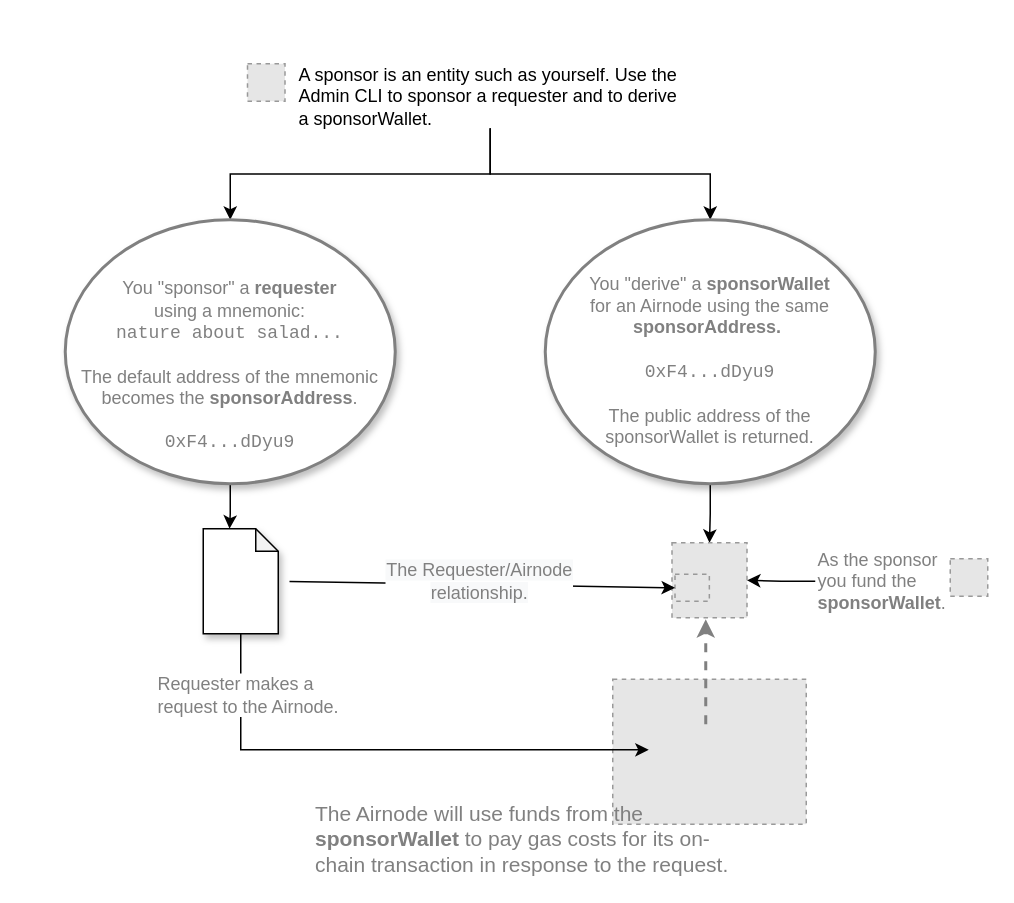
Before: docs/airnode/v0.3/assets/diagrams/sponsor-overview.drawio in api3dao/old-api3-docs, a draw.io diagram. Source tidied: cells renumbered, new cells numbered last; positions are measured from the earlier drawing's top-left corner, leaving out a move shared by most shapes. Both pictures are drawn from the tidied source at 150%, with x=0, y=0 at pixel (64, 63). Pictures stored in the file or linked from it are replaced by grey dashed boxes.
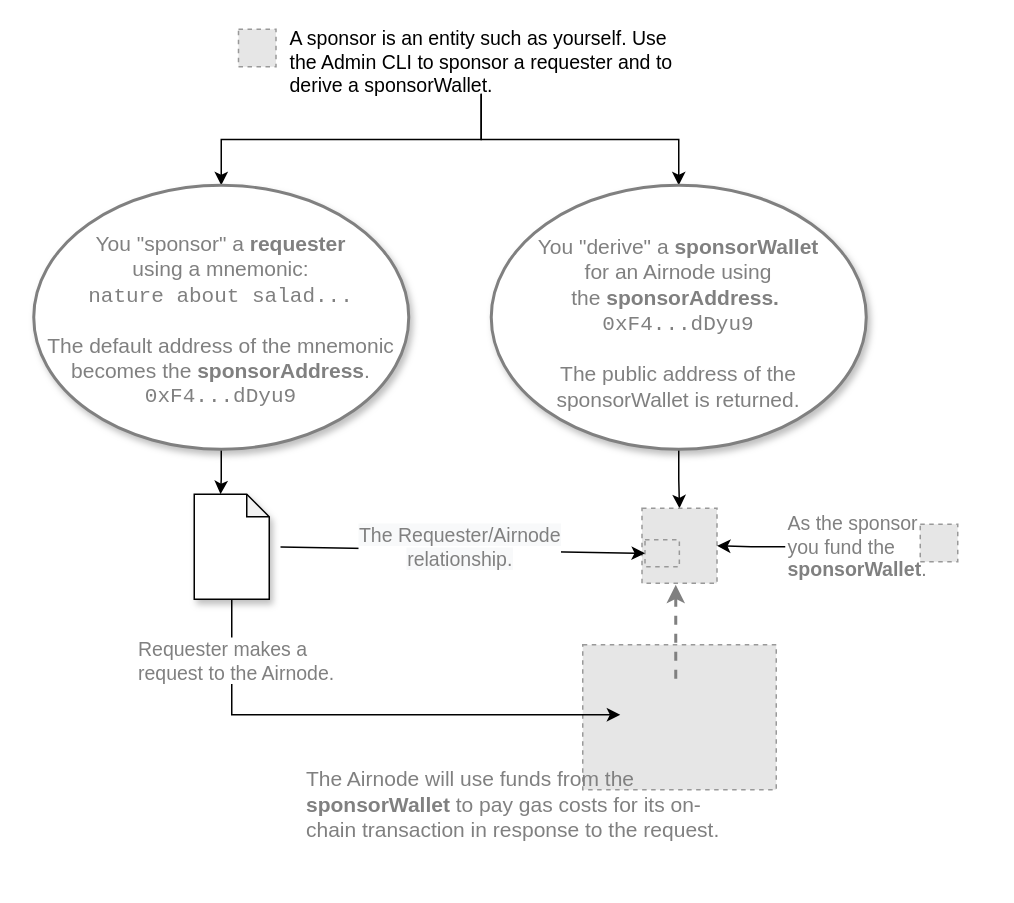
The same diagram, later.

Diff of the diagram source:
```diff
@@
-    <mxCell id="4" value="&lt;font style=&quot;font-size: 12px&quot;&gt;A sponsor is an entity such as yourself. Use the Admin CLI to sponsor a requester and to derive a sponsorWallet.&lt;br&gt;&lt;/font&gt;" style="text;html=1;strokeColor=none;fillColor=none;align=left;verticalAlign=middle;whiteSpace=wrap;rounded=0;spacingLeft=7;spacingRight=3;labelBorderColor=none;" parent="1" vertex="1">
-      <mxGeometry x="146.5" width="273.5" height="43" as="geometry" />
+    <mxCell id="4" value="&lt;font style=&quot;font-size: 13px;&quot;&gt;A sponsor is an entity such as yourself. Use the Admin CLI to sponsor a requester and to derive a sponsorWallet.&lt;br style=&quot;font-size: 13px;&quot;&gt;&lt;/font&gt;" style="text;html=1;strokeColor=none;fillColor=none;align=left;verticalAlign=middle;whiteSpace=wrap;rounded=0;spacingLeft=7;spacingRight=3;labelBorderColor=none;fontSize=13;" parent="1" vertex="1">
+      <mxGeometry x="140.5" y="-23" width="273.5" height="43" as="geometry" />
     </mxCell>
@@
-    <mxCell id="6" value="&lt;font color=&quot;#808080&quot;&gt;You &quot;derive&quot; a &lt;b&gt;sponsorWallet&lt;br&gt;&lt;/b&gt;for an Airnode using the same &lt;b&gt;sponsorAddress.&lt;/b&gt;&amp;nbsp;&lt;br&gt;&lt;br&gt;&lt;font face=&quot;Courier New&quot;&gt;0xF4...dDyu9&lt;br&gt;&lt;/font&gt;&lt;br&gt;The public address of the sponsorWallet is returned.&lt;br&gt;&lt;/font&gt;" style="strokeWidth=2;html=1;shape=mxgraph.flowchart.start_1;whiteSpace=wrap;shadow=1;strokeColor=#808080;spacingLeft=10;spacingRight=10;spacingTop=12;" parent="1" vertex="1">
-      <mxGeometry x="320" y="104" width="220" height="176" as="geometry" />
+    <mxCell id="6" value="&lt;font color=&quot;#808080&quot; style=&quot;font-size: 14px;&quot;&gt;You &quot;derive&quot; a &lt;b style=&quot;font-size: 14px;&quot;&gt;sponsorWallet&lt;br style=&quot;font-size: 14px;&quot;&gt;&lt;/b&gt;for an Airnode using the&amp;nbsp;&lt;b style=&quot;font-size: 14px;&quot;&gt;sponsorAddress.&lt;/b&gt;&amp;nbsp;&lt;br style=&quot;font-size: 14px;&quot;&gt;&lt;font face=&quot;Courier New&quot; style=&quot;font-size: 14px;&quot;&gt;0xF4...dDyu9&lt;br style=&quot;font-size: 14px;&quot;&gt;&lt;/font&gt;&lt;br style=&quot;font-size: 14px;&quot;&gt;The public address of the sponsorWallet is returned.&lt;br style=&quot;font-size: 14px;&quot;&gt;&lt;/font&gt;" style="strokeWidth=2;html=1;shape=mxgraph.flowchart.start_1;whiteSpace=wrap;shadow=1;strokeColor=#808080;spacingLeft=10;spacingRight=10;spacingTop=7;fontSize=14;spacing=2;" parent="1" vertex="1">
+      <mxGeometry x="284" y="81" width="250" height="176" as="geometry" />
     </mxCell>
     <mxCell id="7" style="fillColor=#E6E6E6;strokeColor=#999999;dashed=1;verticalLabelPosition=bottom;verticalAlign=top;" parent="1" vertex="1">
-      <mxGeometry x="121.5" width="25" height="25" as="geometry" />
+      <mxGeometry x="115.5" y="-23" width="25" height="25" as="geometry" />
     </mxCell>
     <mxCell id="8" style="fillColor=#E6E6E6;strokeColor=#999999;dashed=1;verticalLabelPosition=bottom;verticalAlign=top;" parent="1" vertex="1">
-      <mxGeometry x="404.5" y="319.4" width="50" height="50" as="geometry" />
+      <mxGeometry x="384.5" y="296.4" width="50" height="50" as="geometry" />
     </mxCell>
     <mxCell id="9" style="fillColor=#E6E6E6;strokeColor=#999999;dashed=1;verticalLabelPosition=bottom;verticalAlign=top;" parent="1" vertex="1">
-      <mxGeometry x="406.5" y="340.4" width="22.9" height="18" as="geometry" />
+      <mxGeometry x="386.5" y="317.4" width="22.9" height="18" as="geometry" />
     </mxCell>
@@
-    <mxCell id="11" value="&lt;div&gt;&lt;br&gt;&lt;/div&gt;&lt;div&gt;&lt;span style=&quot;color: rgb(128 , 128 , 128)&quot;&gt;You &quot;sponsor&quot; a &lt;/span&gt;&lt;b style=&quot;color: rgb(128 , 128 , 128)&quot;&gt;requester&lt;/b&gt;&lt;/div&gt;&lt;div&gt;&lt;span style=&quot;color: rgb(128 , 128 , 128)&quot;&gt;using a mnemonic:&lt;/span&gt;&lt;/div&gt;&lt;font color=&quot;#808080&quot;&gt;&lt;div&gt;&lt;span style=&quot;font-family: &amp;#34;courier new&amp;#34;&quot;&gt;nature about salad...&lt;/span&gt;&lt;/div&gt;&lt;div&gt;&lt;br&gt;&lt;/div&gt;&lt;div&gt;The default address of the mnemonic becomes the &lt;b&gt;sponsorAddress&lt;/b&gt;.&lt;/div&gt;&lt;/font&gt;&lt;div&gt;&lt;font color=&quot;#808080&quot; face=&quot;courier new&quot;&gt;&lt;br&gt;&lt;/font&gt;&lt;/div&gt;&lt;div style=&quot;color: rgb(128 , 128 , 128) ; font-family: &amp;#34;courier new&amp;#34;&quot;&gt;&lt;span&gt;0xF4...dDyu9&lt;/span&gt;&lt;/div&gt;" style="strokeWidth=2;html=1;shape=mxgraph.flowchart.start_1;whiteSpace=wrap;shadow=1;strokeColor=#808080;spacingLeft=7;spacingRight=7;spacingTop=4;align=center;" parent="1" vertex="1">
-      <mxGeometry y="104" width="220" height="176" as="geometry" />
+    <mxCell id="11" value="&lt;div style=&quot;font-size: 14px&quot;&gt;&lt;span style=&quot;color: rgb(128 , 128 , 128)&quot;&gt;You &quot;sponsor&quot; a &lt;/span&gt;&lt;b style=&quot;color: rgb(128 , 128 , 128)&quot;&gt;requester&lt;/b&gt;&lt;br&gt;&lt;/div&gt;&lt;div style=&quot;font-size: 14px&quot;&gt;&lt;span style=&quot;color: rgb(128 , 128 , 128) ; font-size: 14px&quot;&gt;using a mnemonic:&lt;/span&gt;&lt;/div&gt;&lt;font color=&quot;#808080&quot; style=&quot;font-size: 14px&quot;&gt;&lt;div style=&quot;font-size: 14px&quot;&gt;&lt;span style=&quot;font-family: &amp;#34;courier new&amp;#34; ; font-size: 14px&quot;&gt;nature about salad...&lt;/span&gt;&lt;/div&gt;&lt;div style=&quot;font-size: 14px&quot;&gt;&lt;br style=&quot;font-size: 14px&quot;&gt;&lt;/div&gt;&lt;div style=&quot;font-size: 14px&quot;&gt;The default address of the mnemonic becomes the &lt;b style=&quot;font-size: 14px&quot;&gt;sponsorAddress&lt;/b&gt;.&lt;/div&gt;&lt;/font&gt;&lt;div style=&quot;color: rgb(128 , 128 , 128) ; font-family: &amp;#34;courier new&amp;#34; ; font-size: 14px&quot;&gt;&lt;span style=&quot;font-size: 14px&quot;&gt;0xF4...dDyu9&lt;/span&gt;&lt;/div&gt;" style="strokeWidth=2;html=1;shape=mxgraph.flowchart.start_1;whiteSpace=wrap;shadow=1;strokeColor=#808080;spacingLeft=7;spacingRight=7;spacingTop=4;align=center;fontSize=14;" parent="1" vertex="1">
+      <mxGeometry x="-21" y="81" width="250" height="176" as="geometry" />
     </mxCell>
     <mxCell id="12" style="fillColor=#E6E6E6;strokeColor=#999999;dashed=1;verticalLabelPosition=bottom;labelBackgroundColor=#ffffff;verticalAlign=top;" parent="1" vertex="1">
-      <mxGeometry x="365" y="410.4" width="129" height="96.6" as="geometry" />
+      <mxGeometry x="345" y="387.4" width="129" height="96.6" as="geometry" />
     </mxCell>
     <mxCell id="13" style="endArrow=classic;startArrow=none;html=1;dashed=1;strokeColor=#808080;strokeWidth=2;endFill=1;startFill=0;" parent="1" edge="1">
       <mxGeometry relative="1" as="geometry">
-        <mxPoint x="427" y="440.4" as="sourcePoint" />
-        <mxPoint x="427" y="370.4" as="targetPoint" />
+        <mxPoint x="407" y="410" as="sourcePoint" />
+        <mxPoint x="407" y="347.4" as="targetPoint" />
       </mxGeometry>
     </mxCell>
     <mxCell id="14" value="The Airnode will use funds from the &lt;b&gt;sponsorWallet&lt;/b&gt; to pay gas costs for its on-chain transaction in response to the request." style="text;html=1;strokeColor=none;fillColor=none;align=left;verticalAlign=middle;whiteSpace=wrap;rounded=0;shadow=1;fontSize=14;fontColor=#808080;" parent="1" vertex="1">
-      <mxGeometry x="164.5" y="507" width="290" height="20" as="geometry" />
+      <mxGeometry x="158.5" y="484" width="290" height="20" as="geometry" />
     </mxCell>
     <mxCell id="15" style="endArrow=classic;html=1;entryX=0;entryY=0.5;entryDx=0;entryDy=0;" parent="1" edge="1" target="9">
       <mxGeometry relative="1" as="geometry">
-        <mxPoint x="149.5" y="345.1" as="sourcePoint" />
+        <mxPoint x="143.5" y="322.1" as="sourcePoint" />
       </mxGeometry>
     </mxCell>
-    <mxCell id="16" value="&lt;span style=&quot;color: rgb(128 , 128 , 128) ; font-size: 12px ; text-align: left ; background-color: rgb(248 , 249 , 250)&quot;&gt;The Requester/Airnode&lt;br&gt;relationship.&lt;/span&gt;" style="edgeLabel;html=1;align=center;verticalAlign=middle;" parent="15" vertex="1">
+    <mxCell id="16" value="&lt;span style=&quot;color: rgb(128, 128, 128); font-size: 13px; text-align: left; background-color: rgb(248, 249, 250);&quot;&gt;The Requester/Airnode&lt;br style=&quot;font-size: 13px;&quot;&gt;relationship.&lt;/span&gt;" style="edgeLabel;html=1;align=center;verticalAlign=middle;fontSize=13;" parent="15" vertex="1">
       <mxGeometry x="0.03" relative="1" as="geometry">
         <mxPoint x="-6" y="-3" as="offset" />
       </mxGeometry>
     </mxCell>
@@
-    <mxCell id="18" value="&lt;font color=&quot;#808080&quot;&gt;As the sponsor you fund the &lt;b&gt;sponsorWallet&lt;/b&gt;.&lt;/font&gt;" style="text;html=1;strokeColor=none;fillColor=none;align=left;verticalAlign=middle;whiteSpace=wrap;rounded=0;" parent="1" vertex="1">
-      <mxGeometry x="500" y="335" width="90" height="20" as="geometry" />
+    <mxCell id="18" value="&lt;font color=&quot;#808080&quot; style=&quot;font-size: 13px;&quot;&gt;As the sponsor you fund the &lt;b style=&quot;font-size: 13px;&quot;&gt;sponsorWallet&lt;/b&gt;.&lt;/font&gt;" style="text;html=1;strokeColor=none;fillColor=none;align=left;verticalAlign=middle;whiteSpace=wrap;rounded=0;fontSize=13;" parent="1" vertex="1">
+      <mxGeometry x="480" y="312" width="90" height="20" as="geometry" />
     </mxCell>
     <mxCell id="19" style="fillColor=#E6E6E6;strokeColor=#999999;dashed=1;verticalLabelPosition=bottom;verticalAlign=top;" parent="1" vertex="1">
-      <mxGeometry x="590" y="330" width="25" height="25" as="geometry" />
+      <mxGeometry x="570" y="307" width="25" height="25" as="geometry" />
     </mxCell>
     <mxCell id="20" style="shape=note;whiteSpace=wrap;html=1;backgroundOutline=1;darkOpacity=0.05;shadow=1;size=15;" parent="1" vertex="1">
-      <mxGeometry x="92" y="310" width="50" height="70" as="geometry" />
+      <mxGeometry x="86" y="287" width="50" height="70" as="geometry" />
     </mxCell>
     <mxCell id="21" style="edgeStyle=orthogonalEdgeStyle;rounded=0;jettySize=auto;html=1;exitX=0.5;exitY=1;exitDx=0;exitDy=0;exitPerimeter=0;" parent="1" edge="1" source="20">
       <mxGeometry relative="1" as="geometry">
-        <mxPoint x="389" y="457.4" as="targetPoint" />
+        <mxPoint x="370" y="434" as="targetPoint" />
         <Array as="points">
-          <mxPoint x="117" y="457.4" />
+          <mxPoint x="111" y="434.4" />
         </Array>
       </mxGeometry>
     </mxCell>
-    <mxCell id="22" value="&lt;font style=&quot;font-size: 12px&quot; color=&quot;#808080&quot;&gt;Requester makes a&amp;nbsp;&lt;br&gt;request to the Airnode.&amp;nbsp;&lt;/font&gt;" style="edgeLabel;html=1;align=left;verticalAlign=middle;spacingLeft=10;" parent="21" vertex="1">
+    <mxCell id="22" value="&lt;font style=&quot;font-size: 13px;&quot; color=&quot;#808080&quot;&gt;Requester makes a&amp;nbsp;&lt;br style=&quot;font-size: 13px;&quot;&gt;request to the Airnode.&amp;nbsp;&lt;/font&gt;" style="edgeLabel;html=1;align=left;verticalAlign=middle;spacingLeft=10;fontSize=13;" parent="21" vertex="1">
       <mxGeometry x="0.05" relative="1" as="geometry">
         <mxPoint x="-173" y="-37" as="offset" />
       </mxGeometry>
     </mxCell>
```
